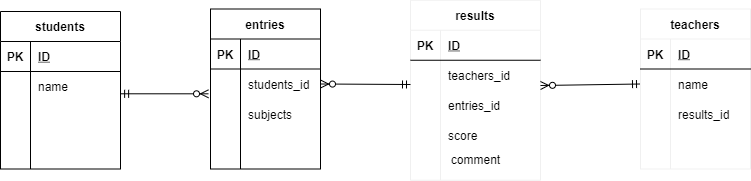
Above: index.drawio.png in Rise-K/coachtech-db-practice (draw.io), before the change. Source tidied: cells renumbered, new cells last; positions are measured from the earlier drawing's top-left corner, leaving out a move shared by most shapes.
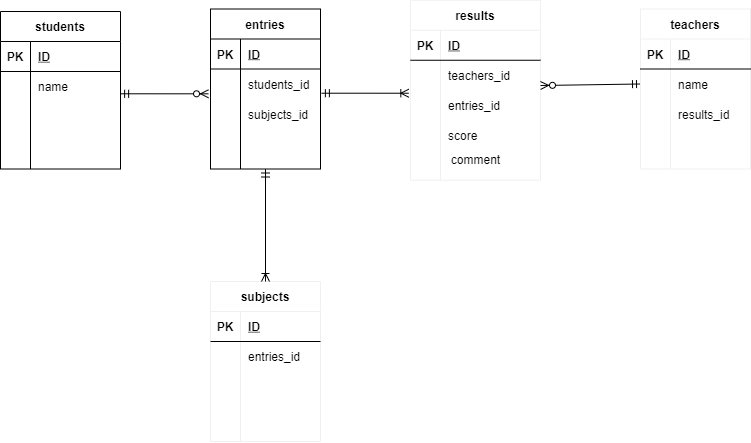
After the change.

Commit message:
entriesの正規化、リレーションの修正

Change to the diagram source:
```diff
@@ -71,7 +71,7 @@
     <mxCell id="24" style="shape=partialRectangle;fillColor=none;top=0;left=0;bottom=0;right=0;overflow=hidden;" parent="23" vertex="1">
       <mxGeometry width="30" height="30" as="geometry" />
     </mxCell>
-    <mxCell id="25" value="subjects" style="shape=partialRectangle;fillColor=none;top=0;left=0;bottom=0;right=0;align=left;spacingLeft=6;overflow=hidden;" parent="23" vertex="1">
+    <mxCell id="25" value="subjects_id" style="shape=partialRectangle;fillColor=none;top=0;left=0;bottom=0;right=0;align=left;spacingLeft=6;overflow=hidden;" parent="23" vertex="1">
       <mxGeometry x="30" width="80" height="30" as="geometry" />
     </mxCell>
     <mxCell id="26" style="shape=partialRectangle;fillColor=none;top=0;left=0;bottom=0;right=0;" parent="16" vertex="1">
@@ -125,11 +125,6 @@
     <mxCell id="42" value="comment" style="text;html=1;align=center;verticalAlign=middle;strokeColor=none;" parent="1" vertex="1">
       <mxGeometry x="445" y="148.5" width="60" height="20" as="geometry" />
     </mxCell>
-    <mxCell id="43" style="fontSize=12;html=1;endArrow=ERzeroToMany;startArrow=ERmandOne;entryX=1;entryY=0.5;entryDx=0;entryDy=0;" parent="1" edge="1" target="20">
-      <mxGeometry relative="1" as="geometry">
-        <mxPoint x="410" y="84" as="sourcePoint" />
-      </mxGeometry>
-    </mxCell>
     <mxCell id="44" style="fontSize=12;html=1;endArrow=ERzeroToMany;startArrow=ERmandOne;exitX=0;exitY=0.5;exitDx=0;exitDy=0;" parent="1" edge="1" source="49">
       <mxGeometry relative="1" as="geometry">
         <mxPoint x="540" y="85" as="targetPoint" />
@@ -174,5 +169,50 @@
     <mxCell id="57" style="shape=partialRectangle;fillColor=none;top=0;left=0;bottom=0;right=0;align=left;spacingLeft=6;overflow=hidden;" parent="55" vertex="1">
       <mxGeometry x="30" width="80" height="30" as="geometry" />
     </mxCell>
+    <mxCell id="58" value="subjects" style="shape=table;startSize=30;rowLines=0;fontStyle=1;align=center;strokeColor=#f0f0f0;" parent="1" vertex="1">
+      <mxGeometry x="210" y="281" width="110" height="160" as="geometry" />
+    </mxCell>
+    <mxCell id="59" style="shape=partialRectangle;fillColor=none;top=0;left=0;bottom=1;right=0;" parent="58" vertex="1">
+      <mxGeometry y="30" width="110" height="30" as="geometry" />
+    </mxCell>
+    <mxCell id="60" value="PK" style="shape=partialRectangle;fillColor=none;top=0;left=0;bottom=0;right=0;fontStyle=1;overflow=hidden;" parent="59" vertex="1">
+      <mxGeometry width="30" height="30" as="geometry" />
+    </mxCell>
+    <mxCell id="61" value="ID" style="shape=partialRectangle;fillColor=none;top=0;left=0;bottom=0;right=0;align=left;spacingLeft=6;fontStyle=5;overflow=hidden;" parent="59" vertex="1">
+      <mxGeometry x="30" width="80" height="30" as="geometry" />
+    </mxCell>
+    <mxCell id="62" style="shape=partialRectangle;fillColor=none;top=0;left=0;bottom=0;right=0;" parent="58" vertex="1">
+      <mxGeometry y="60" width="110" height="30" as="geometry" />
+    </mxCell>
+    <mxCell id="63" style="shape=partialRectangle;fillColor=none;top=0;left=0;bottom=0;right=0;overflow=hidden;" parent="62" vertex="1">
+      <mxGeometry width="30" height="30" as="geometry" />
+    </mxCell>
+    <mxCell id="64" value="entries_id" style="shape=partialRectangle;fillColor=none;top=0;left=0;bottom=0;right=0;align=left;spacingLeft=6;overflow=hidden;" parent="62" vertex="1">
+      <mxGeometry x="30" width="80" height="30" as="geometry" />
+    </mxCell>
+    <mxCell id="65" style="shape=partialRectangle;fillColor=none;top=0;left=0;bottom=0;right=0;" parent="58" vertex="1">
+      <mxGeometry y="90" width="110" height="30" as="geometry" />
+    </mxCell>
+    <mxCell id="66" style="shape=partialRectangle;fillColor=none;top=0;left=0;bottom=0;right=0;overflow=hidden;" parent="65" vertex="1">
+      <mxGeometry width="30" height="30" as="geometry" />
+    </mxCell>
+    <mxCell id="67" style="shape=partialRectangle;fillColor=none;top=0;left=0;bottom=0;right=0;align=left;spacingLeft=6;overflow=hidden;" parent="65" vertex="1">
+      <mxGeometry x="30" width="80" height="30" as="geometry" />
+    </mxCell>
+    <mxCell id="68" style="shape=partialRectangle;fillColor=none;top=0;left=0;bottom=0;right=0;" parent="58" vertex="1">
+      <mxGeometry y="120" width="110" height="30" as="geometry" />
+    </mxCell>
+    <mxCell id="69" style="shape=partialRectangle;fillColor=none;top=0;left=0;bottom=0;right=0;overflow=hidden;" parent="68" vertex="1">
+      <mxGeometry width="30" height="30" as="geometry" />
+    </mxCell>
+    <mxCell id="70" style="shape=partialRectangle;fillColor=none;top=0;left=0;bottom=0;right=0;align=left;spacingLeft=6;overflow=hidden;" parent="68" vertex="1">
+      <mxGeometry x="30" width="80" height="30" as="geometry" />
+    </mxCell>
+    <mxCell id="71" style="fontSize=12;html=1;endArrow=ERoneToMany;startArrow=ERmandOne;exitX=0.5;exitY=1;exitDx=0;exitDy=0;entryX=0.5;entryY=0;entryDx=0;entryDy=0;" parent="1" edge="1" source="16" target="58">
+      <mxGeometry relative="1" as="geometry" />
+    </mxCell>
+    <mxCell id="72" style="fontSize=12;html=1;endArrow=ERoneToMany;startArrow=ERmandOne;entryX=-0.013;entryY=0.099;entryDx=0;entryDy=0;entryPerimeter=0;exitX=1.008;exitY=0.807;exitDx=0;exitDy=0;exitPerimeter=0;" parent="1" edge="1" source="20" target="36">
+      <mxGeometry relative="1" as="geometry" />
+    </mxCell>
   </root>
 </mxGraphModel>
```
